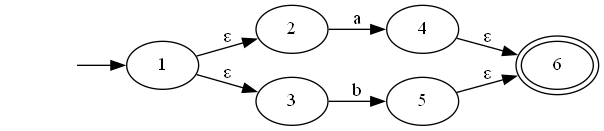
Before: test-output/round-table.gv.png, a diagram exported from Graphviz (JuanDiegoAvila/Laboratorio_Compiladores). Its source is kept beside it as test-output/round-table.gv.
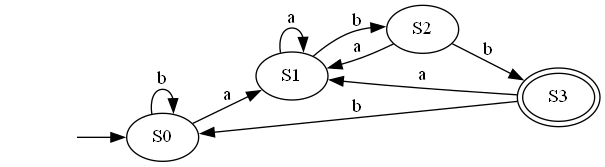
After the commit.

The edit, as a diff of the source:
```diff
@@ -1,18 +1,18 @@
 digraph {
 	graph [rankdir=LR]
 	inicio [label="" shape=none]
-	1
-	inicio -> 1
-	1
-	1 -> 2 [label="ε"]
-	1 -> 3 [label="ε"]
-	2
-	2 -> 4 [label=a]
-	3
-	3 -> 5 [label=b]
-	4
-	4 -> 6 [label="ε"]
-	5
-	5 -> 6 [label="ε"]
-	6 [peripheries=2]
+	S0
+	inicio -> S0
+	S0
+	S0 -> S1 [label=a]
+	S0 -> S0 [label=b]
+	S1
+	S1 -> S1 [label=a]
+	S1 -> S2 [label=b]
+	S2
+	S2 -> S1 [label=a]
+	S2 -> S3 [label=b]
+	S3 [peripheries=2]
+	S3 -> S1 [label=a]
+	S3 -> S0 [label=b]
 }
```
